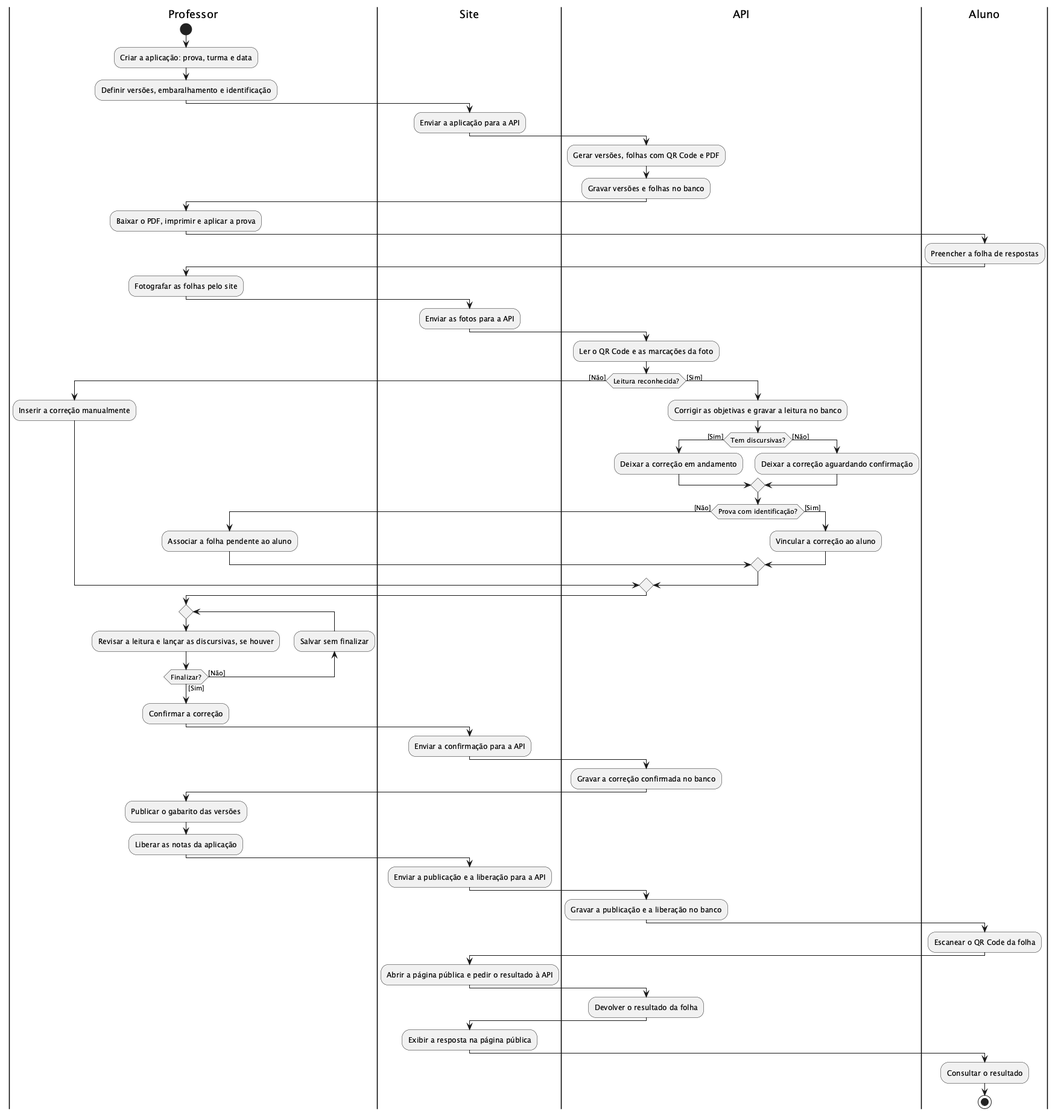
Before: docs/uml/activity-diagram/activity-diagram-step-4.png, a diagram exported from PlantUML (PrieTorres/correctio-app).
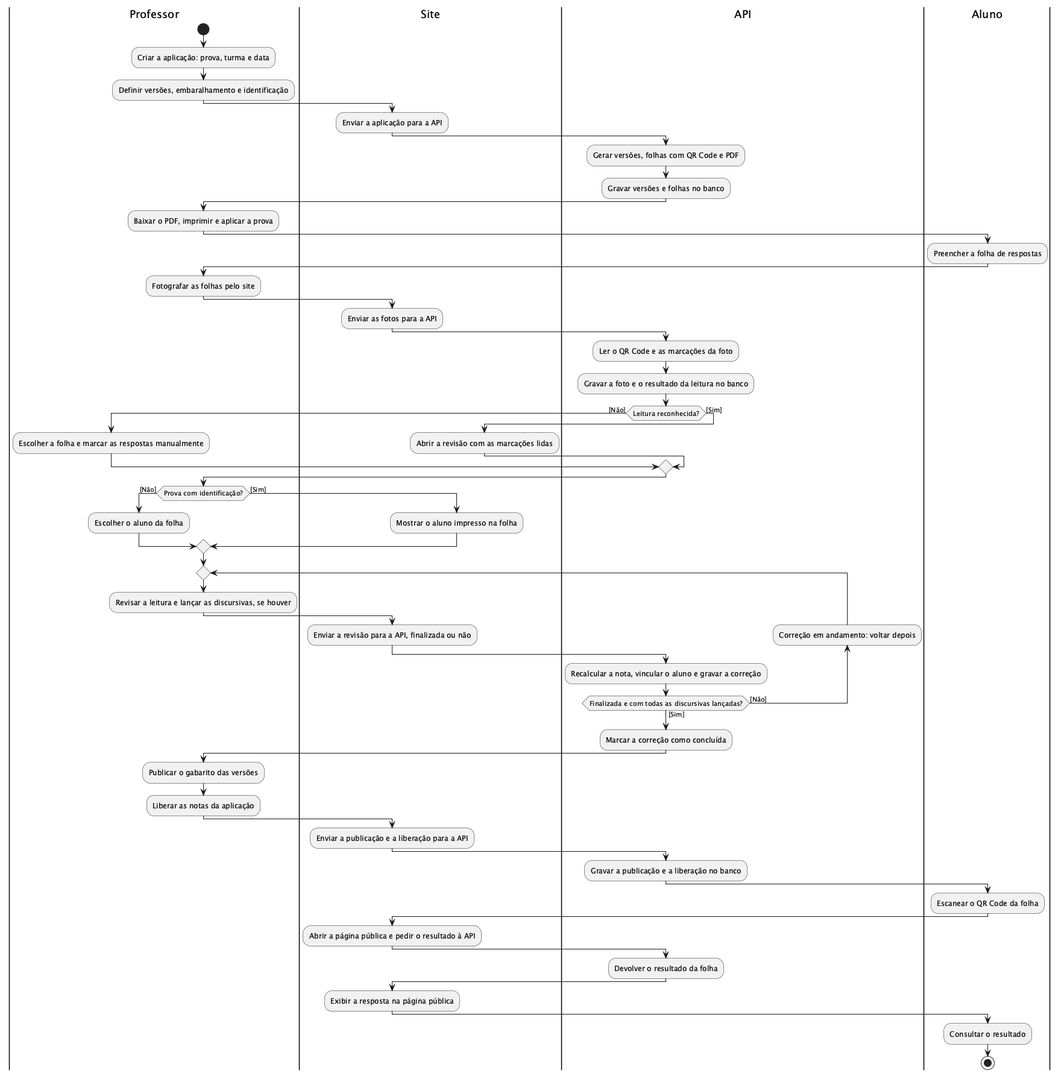
After the commit.

What changed in the source:
```diff
@@ -26,35 +26,32 @@
 :Enviar as fotos para a API;
 |API|
 :Ler o QR Code e as marcações da foto;
+:Gravar a foto e o resultado da leitura no banco;
 if (Leitura reconhecida?) then ([Não])
   |Professor|
-  :Inserir a correção manualmente;
+  :Escolher a folha e marcar as respostas manualmente;
 else ([Sim])
-  |API|
-  :Corrigir as objetivas e gravar a leitura no banco;
-  if (Tem discursivas?) then ([Sim])
-    :Deixar a correção em andamento;
-  else ([Não])
-    :Deixar a correção aguardando confirmação;
-  endif
-  if (Prova com identificação?) then ([Não])
-    |Professor|
-    :Associar a folha pendente ao aluno;
-  else ([Sim])
-    |API|
-    :Vincular a correção ao aluno;
-  endif
+  |Site|
+  :Abrir a revisão com as marcações lidas;
+endif
+|Professor|
+if (Prova com identificação?) then ([Não])
+  :Escolher o aluno da folha;
+else ([Sim])
+  |Site|
+  :Mostrar o aluno impresso na folha;
 endif
 |Professor|
 repeat
   :Revisar a leitura e lançar as discursivas, se houver;
-backward:Salvar sem finalizar;
-repeat while (Finalizar?) is ([Não]) not ([Sim])
-:Confirmar a correção;
-|Site|
-:Enviar a confirmação para a API;
+  |Site|
+  :Enviar a revisão para a API, finalizada ou não;
+  |API|
+  :Recalcular a nota, vincular o aluno e gravar a correção;
+backward:Correção em andamento: voltar depois;
+repeat while (Finalizada e com todas as discursivas lançadas?) is ([Não]) not ([Sim])
 |API|
-:Gravar a correção confirmada no banco;
+:Marcar a correção como concluída;
 |Professor|
 :Publicar o gabarito das versões;
 :Liberar as notas da aplicação;
```
